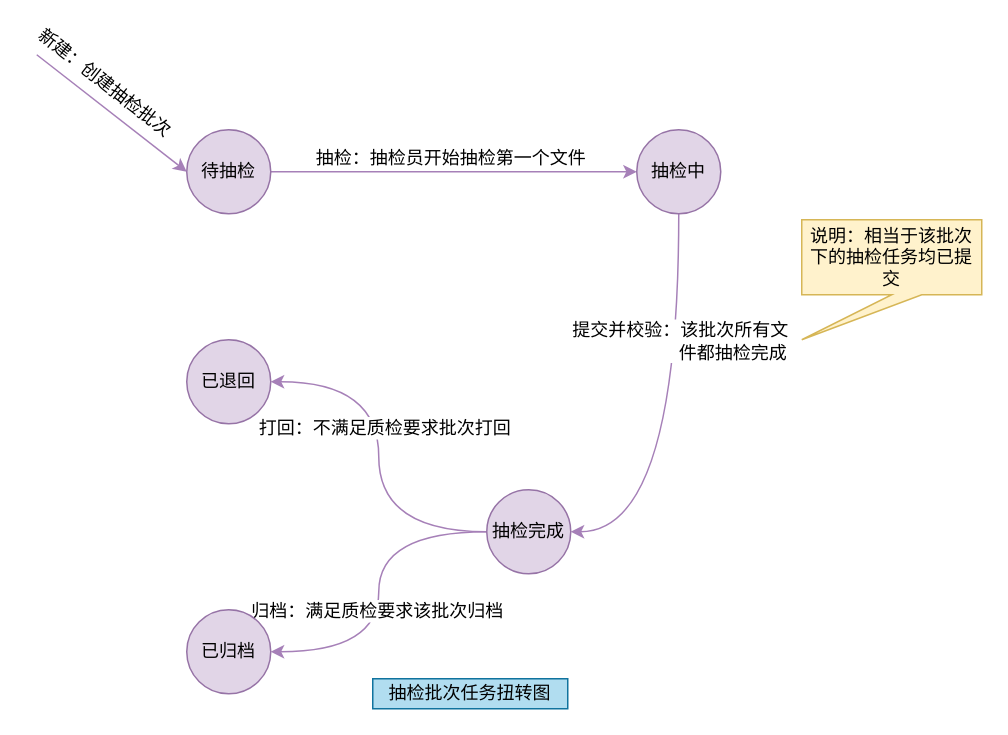
Before: 抽检批次状态图.drawio in gumuqi/draw.io, a draw.io diagram. Source tidied: cells renumbered, new cells numbered last; positions are measured from the earlier drawing's top-left corner, leaving out a move shared by most shapes. Both pictures are drawn from the tidied source at 150%, with x=0, y=0 at pixel (36, 54).
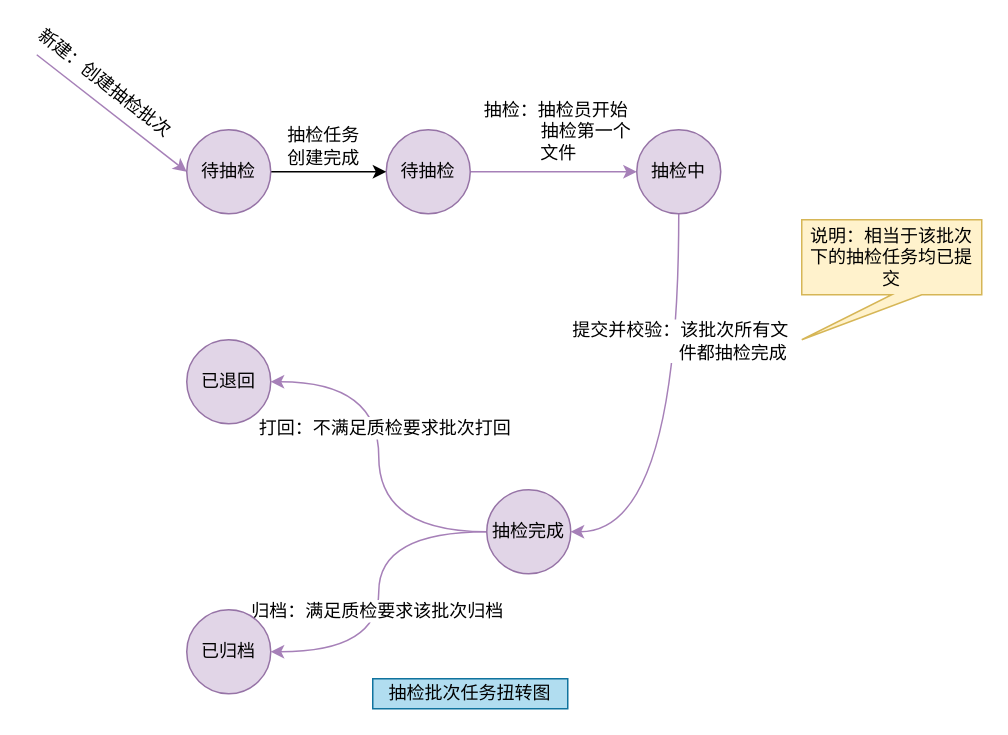
After the change.

Commit message:
更新抽检批次状态图.drawio

The change refers to these unchanged cells:
```xml
<mxCell id="2" style="edgeStyle=orthogonalEdgeStyle;curved=1;rounded=0;jettySize=auto;html=1;entryX=0;entryY=0.5;entryDx=0;entryDy=0;strokeColor=#A680B8;" parent="1" edge="1" source="4" target="7">
  <mxGeometry relative="1" as="geometry" />
</mxCell>
```

Change to the diagram source:
```diff
@@
-    <mxCell id="3" value="抽检：抽检员开始抽检第一个文件" style="text;html=1;align=center;verticalAlign=middle;labelBackgroundColor=#ffffff;" parent="2" vertex="1">
+    <mxCell id="3" value="抽检：抽检员开始&lt;br&gt;&amp;nbsp; &amp;nbsp; &amp;nbsp; &amp;nbsp; &amp;nbsp; &amp;nbsp; 抽检第一个&lt;br&gt;&amp;nbsp;文件" style="text;html=1;align=center;verticalAlign=middle;labelBackgroundColor=#ffffff;" parent="2" vertex="1">
       <mxGeometry x="-0.27" relative="1" as="geometry">
-        <mxPoint x="30" y="-10" as="offset" />
+        <mxPoint x="15.5" y="-28" as="offset" />
       </mxGeometry>
     </mxCell>
     <mxCell id="4" value="待抽检" style="ellipse;whiteSpace=wrap;html=1;fillColor=#e1d5e7;strokeColor=#9673a6;" parent="1" vertex="1">
-      <mxGeometry x="100" y="50" width="56" height="56" as="geometry" />
+      <mxGeometry x="233" y="50" width="56" height="56" as="geometry" />
     </mxCell>
@@
-    <mxCell id="15" style="endArrow=classic;html=1;entryX=0;entryY=0.5;entryDx=0;entryDy=0;strokeColor=#A680B8;" parent="1" edge="1" target="4">
+    <mxCell id="15" style="endArrow=classic;html=1;entryX=0;entryY=0.5;entryDx=0;entryDy=0;strokeColor=#A680B8;" parent="1" edge="1" target="21">
       <mxGeometry relative="1" as="geometry">
         <mxPoint as="sourcePoint" />
       </mxGeometry>
     </mxCell>
@@
+    <mxCell id="19" style="edgeStyle=orthogonalEdgeStyle;rounded=0;jettySize=auto;html=1;entryX=0;entryY=0.5;entryDx=0;entryDy=0;" parent="1" edge="1" source="21" target="4">
+      <mxGeometry relative="1" as="geometry" />
+    </mxCell>
+    <mxCell id="20" value="抽检任务&lt;br&gt;创建完成" style="text;html=1;align=center;verticalAlign=middle;labelBackgroundColor=#ffffff;" parent="19" vertex="1">
+      <mxGeometry x="-0.38" y="-1" relative="1" as="geometry">
+        <mxPoint x="10" y="-19" as="offset" />
+      </mxGeometry>
+    </mxCell>
+    <mxCell id="21" value="待抽检" style="ellipse;whiteSpace=wrap;html=1;fillColor=#e1d5e7;strokeColor=#9673a6;" parent="1" vertex="1">
+      <mxGeometry x="100" y="50" width="56" height="56" as="geometry" />
+    </mxCell>
```
